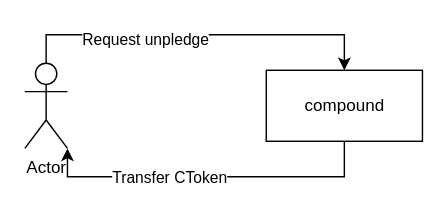
This is docs/images/uc_unpledge.drawio from fox-one/compound, a draw.io file, before an edit. Source tidied: cells renumbered, new cells numbered last; positions are measured from the earlier drawing's top-left corner, leaving out a move shared by most shapes. Both pictures are drawn from the tidied source at 142%, with x=0, y=0 at pixel (24, 34).
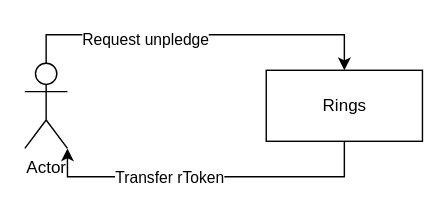
The same diagram, later.

What changed in the source:
```diff
@@
 <mxGraphModel>
   <root>
     <mxCell id="0" />
     <mxCell id="1" parent="0" />
     <mxCell id="2" style="edgeStyle=orthogonalEdgeStyle;rounded=0;jettySize=auto;html=1;entryX=0.5;entryY=0;entryDx=0;entryDy=0;" parent="1" edge="1" source="4" target="7">
       <mxGeometry relative="1" as="geometry">
         <Array as="points">
           <mxPoint x="15" />
           <mxPoint x="225" />
         </Array>
       </mxGeometry>
     </mxCell>
     <mxCell id="3" value="Request unpledge" style="edgeLabel;html=1;align=center;verticalAlign=middle;" parent="2" vertex="1">
       <mxGeometry x="-0.3" y="-3" relative="1" as="geometry" />
     </mxCell>
     <mxCell id="4" value="Actor" style="shape=umlActor;verticalLabelPosition=bottom;verticalAlign=top;html=1;" parent="1" vertex="1">
       <mxGeometry y="20" width="30" height="60" as="geometry" />
     </mxCell>
     <mxCell id="5" style="edgeStyle=orthogonalEdgeStyle;rounded=0;jettySize=auto;html=1;entryX=1;entryY=1;entryDx=0;entryDy=0;entryPerimeter=0;exitX=0.5;exitY=1;exitDx=0;exitDy=0;" parent="1" edge="1" source="7" target="4">
       <mxGeometry relative="1" as="geometry" />
     </mxCell>
-    <mxCell id="6" value="Transfer CToken" style="edgeLabel;html=1;align=center;verticalAlign=middle;" parent="5" vertex="1">
+    <mxCell id="6" value="Transfer rToken" style="edgeLabel;html=1;align=center;verticalAlign=middle;" parent="5" vertex="1">
       <mxGeometry x="0.24" relative="1" as="geometry" />
     </mxCell>
-    <mxCell id="7" value="compound" style="html=1;" parent="1" vertex="1">
+    <mxCell id="7" value="Rings" style="html=1;" parent="1" vertex="1">
       <mxGeometry x="170" y="25" width="110" height="50" as="geometry" />
     </mxCell>
   </root>
 </mxGraphModel>
```
